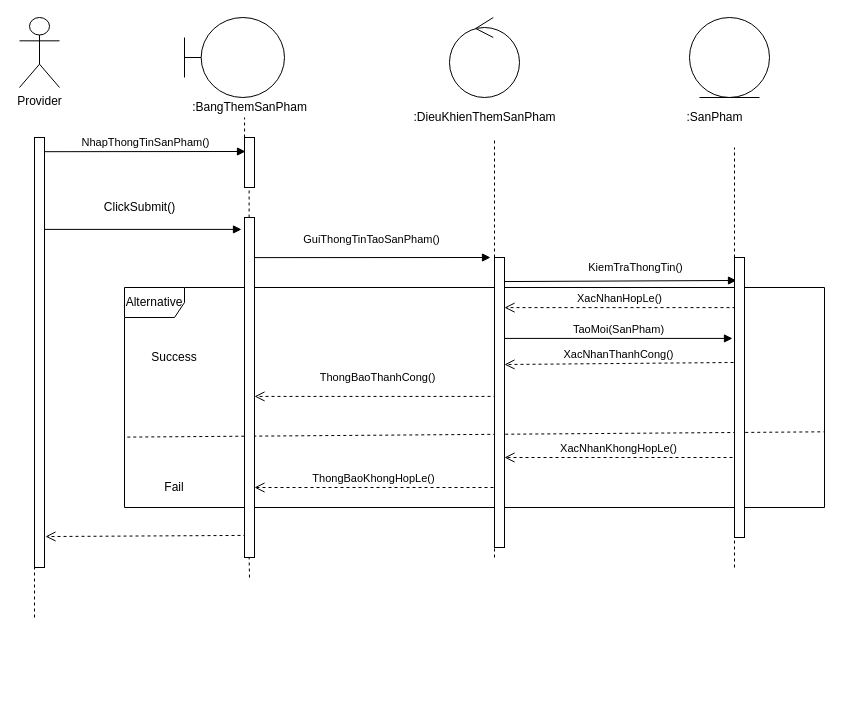
The draw.io diagram Sequence/ThemSanPhamSequence.drawio in hoangminh15/PTTKHT, before the edit. Source tidied: cells renumbered, new cells numbered last; positions are measured from the earlier drawing's top-left corner, leaving out a move shared by most shapes. Both pictures are drawn from the tidied source at 100%, with x=0, y=0 at pixel (19, 17).
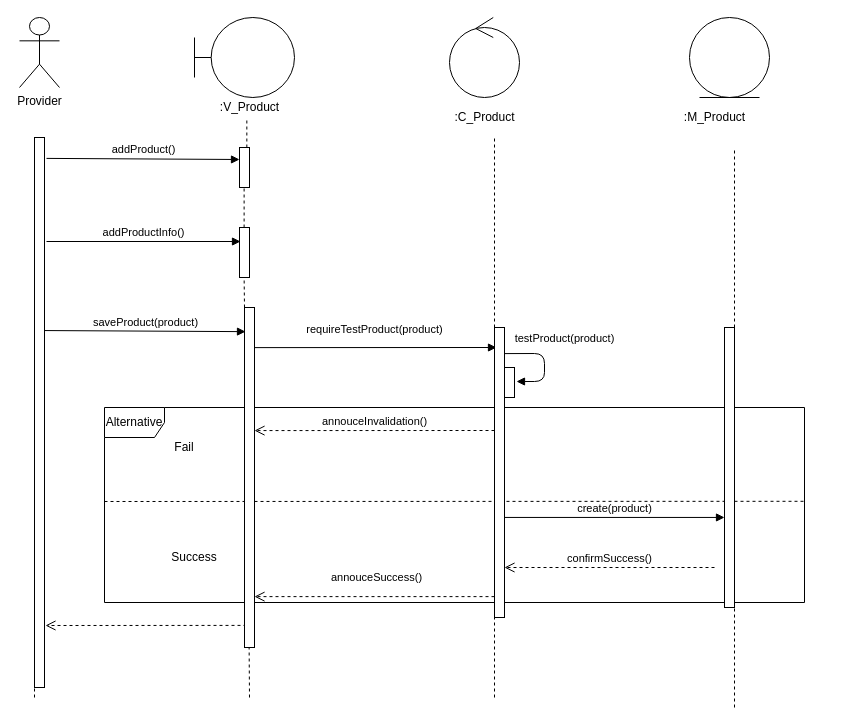
The same page after the edit.

Change to the diagram source:
```diff
@@
-    <mxCell id="2" value="NhapThongTinSanPham()" style="html=1;verticalAlign=bottom;endArrow=block;exitX=1;exitY=0.033;exitDx=0;exitDy=0;exitPerimeter=0;entryX=0.1;entryY=0.28;entryDx=0;entryDy=0;entryPerimeter=0;" parent="1" edge="1" source="21" target="26">
-      <mxGeometry relative="1" as="geometry" />
+    <mxCell id="2" value="addProductInfo()" style="html=1;verticalAlign=bottom;endArrow=block;entryX=0.1;entryY=0.28;entryDx=0;entryDy=0;entryPerimeter=0;" parent="1" edge="1" target="26">
+      <mxGeometry relative="1" as="geometry">
+        <mxPoint x="27" y="224" as="sourcePoint" />
+      </mxGeometry>
     </mxCell>
-    <mxCell id="3" style="html=1;verticalAlign=bottom;endArrow=block;entryX=-0.3;entryY=0.035;entryDx=0;entryDy=0;entryPerimeter=0;" parent="1" edge="1" source="21" target="28">
-      <mxGeometry x="-0.01" y="15" relative="1" as="geometry" />
-    </mxCell>
-    <mxCell id="4" value="ClickSubmit()" style="text;html=1;align=center;verticalAlign=middle;" parent="1" vertex="1">
-      <mxGeometry x="75" y="180" width="90" height="20" as="geometry" />
-    </mxCell>
-    <mxCell id="5" value="GuiThongTinTaoSanPham()" style="html=1;verticalAlign=bottom;endArrow=block;exitX=1;exitY=0.118;exitDx=0;exitDy=0;exitPerimeter=0;" parent="1" edge="1" source="28">
-      <mxGeometry x="-0.01" y="9" relative="1" as="geometry">
-        <mxPoint x="471" y="240" as="targetPoint" />
-      </mxGeometry>
+    <mxCell id="5" value="requireTestProduct(product)" style="html=1;verticalAlign=bottom;endArrow=block;exitX=1;exitY=0.118;exitDx=0;exitDy=0;exitPerimeter=0;entryX=0.2;entryY=0.069;entryDx=0;entryDy=0;entryPerimeter=0;" parent="1" edge="1" source="28" target="32">
+      <mxGeometry x="-0.01" y="9" relative="1" as="geometry" />
     </mxCell>
-    <mxCell id="6" value="KiemTraThongTin()" style="html=1;verticalAlign=bottom;endArrow=block;exitX=1;exitY=0.083;exitDx=0;exitDy=0;exitPerimeter=0;entryX=0.2;entryY=0.082;entryDx=0;entryDy=0;entryPerimeter=0;" parent="1" edge="1" source="32" target="35">
-      <mxGeometry x="0.13" y="4" relative="1" as="geometry" />
-    </mxCell>
-    <mxCell id="7" value="XacNhanHopLe()" style="html=1;verticalAlign=bottom;endArrow=open;dashed=1;endSize=8;exitX=0.1;exitY=0.179;exitDx=0;exitDy=0;exitPerimeter=0;" parent="1" edge="1" source="35" target="32">
-      <mxGeometry relative="1" as="geometry" />
-    </mxCell>
-    <mxCell id="8" value="TaoMoi(SanPham)" style="html=1;verticalAlign=bottom;endArrow=block;entryX=-0.2;entryY=0.289;entryDx=0;entryDy=0;entryPerimeter=0;" parent="1" edge="1" source="32" target="35">
+    <mxCell id="8" value="create(product)" style="html=1;verticalAlign=bottom;endArrow=block;exitX=1;exitY=0.655;exitDx=0;exitDy=0;exitPerimeter=0;" parent="1" edge="1" source="32" target="35">
       <mxGeometry relative="1" as="geometry" />
     </mxCell>
-    <mxCell id="9" value=":SanPham" style="text;html=1;align=center;verticalAlign=middle;" parent="1" vertex="1">
+    <mxCell id="9" value=":M_Product" style="text;html=1;align=center;verticalAlign=middle;" parent="1" vertex="1">
       <mxGeometry x="660" y="90" width="70" height="20" as="geometry" />
     </mxCell>
-    <mxCell id="10" value="ThongBaoThanhCong()" style="html=1;verticalAlign=bottom;endArrow=open;dashed=1;endSize=8;exitX=0.2;exitY=0.479;exitDx=0;exitDy=0;exitPerimeter=0;" parent="1" edge="1" source="32" target="28">
+    <mxCell id="10" value="annouceSuccess()" style="html=1;verticalAlign=bottom;endArrow=open;dashed=1;endSize=8;exitX=0;exitY=0.928;exitDx=0;exitDy=0;exitPerimeter=0;" parent="1" edge="1" source="32" target="28">
       <mxGeometry x="-0.02" y="-10" relative="1" as="geometry" />
     </mxCell>
-    <mxCell id="11" value=":BangThemSanPham" style="text;html=1;align=center;verticalAlign=middle;points=[];" parent="1" vertex="1">
-      <mxGeometry x="165" y="80" width="130" height="20" as="geometry" />
+    <mxCell id="11" value=":V_Product" style="text;html=1;align=center;verticalAlign=middle;points=[];" parent="1" vertex="1">
+      <mxGeometry x="195" y="80" width="70" height="20" as="geometry" />
     </mxCell>
-    <mxCell id="12" value="XacNhanKhongHopLe()" style="html=1;verticalAlign=bottom;endArrow=open;dashed=1;endSize=8;" parent="1" edge="1" target="32">
-      <mxGeometry relative="1" as="geometry">
-        <mxPoint x="713" y="440" as="sourcePoint" />
-      </mxGeometry>
-    </mxCell>
-    <mxCell id="13" value="ThongBaoKhongHopLe()" style="html=1;verticalAlign=bottom;endArrow=open;dashed=1;endSize=8;" parent="1" edge="1" target="28">
+    <mxCell id="13" value="annouceInvalidation()" style="html=1;verticalAlign=bottom;endArrow=open;dashed=1;endSize=8;entryX=1;entryY=0.362;entryDx=0;entryDy=0;entryPerimeter=0;" parent="1" edge="1" target="28">
       <mxGeometry relative="1" as="geometry">
-        <mxPoint x="474" y="470" as="sourcePoint" />
+        <mxPoint x="475" y="413" as="sourcePoint" />
       </mxGeometry>
     </mxCell>
-    <mxCell id="14" style="html=1;verticalAlign=bottom;endArrow=open;dashed=1;endSize=8;entryX=1.1;entryY=0.928;entryDx=0;entryDy=0;entryPerimeter=0;exitX=0.2;exitY=0.935;exitDx=0;exitDy=0;exitPerimeter=0;" parent="1" edge="1" source="28" target="21">
-      <mxGeometry relative="1" as="geometry" />
+    <mxCell id="14" style="html=1;verticalAlign=bottom;endArrow=open;dashed=1;endSize=8;exitX=0.2;exitY=0.935;exitDx=0;exitDy=0;exitPerimeter=0;" parent="1" edge="1" source="28">
+      <mxGeometry relative="1" as="geometry">
+        <mxPoint x="26" y="608" as="targetPoint" />
+      </mxGeometry>
     </mxCell>
     <mxCell id="15" value="Success" style="text;html=1;strokeColor=none;fillColor=none;align=center;verticalAlign=middle;whiteSpace=wrap;rounded=0;" parent="1" vertex="1">
-      <mxGeometry x="135" y="330" width="40" height="20" as="geometry" />
+      <mxGeometry x="155" y="530" width="40" height="20" as="geometry" />
     </mxCell>
     <mxCell id="16" value="Fail" style="text;html=1;strokeColor=none;fillColor=none;align=center;verticalAlign=middle;whiteSpace=wrap;rounded=0;" parent="1" vertex="1">
-      <mxGeometry x="135" y="460" width="40" height="20" as="geometry" />
+      <mxGeometry x="145" y="420" width="40" height="20" as="geometry" />
     </mxCell>
     <mxCell id="17" value="Alternative" style="shape=umlFrame;whiteSpace=wrap;html=1;" parent="1" vertex="1">
-      <mxGeometry x="105" y="270" width="700" height="220" as="geometry" />
+      <mxGeometry x="85" y="390" width="700" height="195" as="geometry" />
     </mxCell>
-    <mxCell id="18" style="endArrow=none;dashed=1;html=1;exitX=0.004;exitY=0.68;exitDx=0;exitDy=0;exitPerimeter=0;entryX=0.999;entryY=0.656;entryDx=0;entryDy=0;entryPerimeter=0;" parent="1" edge="1" source="17" target="17">
-      <mxGeometry relative="1" as="geometry" />
+    <mxCell id="18" style="endArrow=none;dashed=1;html=1;entryX=1;entryY=0.481;entryDx=0;entryDy=0;entryPerimeter=0;" parent="1" edge="1" target="17">
+      <mxGeometry relative="1" as="geometry">
+        <mxPoint x="85" y="484" as="sourcePoint" />
+      </mxGeometry>
     </mxCell>
@@
     <mxCell id="20" style="endArrow=none;dashed=1;html=1;" parent="1" edge="1" target="21">
       <mxGeometry relative="1" as="geometry">
-        <mxPoint x="15" y="600" as="sourcePoint" />
+        <mxPoint x="15" y="680" as="sourcePoint" />
       </mxGeometry>
     </mxCell>
     <mxCell id="21" style="html=1;points=[];perimeter=orthogonalPerimeter;" parent="1" vertex="1">
-      <mxGeometry x="15" y="120" width="10" height="430" as="geometry" />
+      <mxGeometry x="15" y="120" width="10" height="550" as="geometry" />
     </mxCell>
     <mxCell id="22" style="shape=umlBoundary;whiteSpace=wrap;html=1;" parent="1" vertex="1">
-      <mxGeometry x="165" width="100" height="80" as="geometry" />
+      <mxGeometry x="175" width="100" height="80" as="geometry" />
     </mxCell>
@@
-    <mxCell id="25" style="endArrow=none;dashed=1;html=1;entryX=0.462;entryY=1;entryDx=0;entryDy=0;entryPerimeter=0;" parent="1" edge="1" source="26" target="11">
+    <mxCell id="25" style="endArrow=none;dashed=1;html=1;entryX=0.462;entryY=1;entryDx=0;entryDy=0;entryPerimeter=0;" parent="1" edge="1" source="38" target="11">
       <mxGeometry relative="1" as="geometry" />
     </mxCell>
     <mxCell id="26" style="html=1;points=[];perimeter=orthogonalPerimeter;" parent="1" vertex="1">
-      <mxGeometry x="225" y="120" width="10" height="50" as="geometry" />
+      <mxGeometry x="220" y="210" width="10" height="50" as="geometry" />
     </mxCell>
@@
     <mxCell id="28" style="html=1;points=[];perimeter=orthogonalPerimeter;" parent="1" vertex="1">
-      <mxGeometry x="225" y="200" width="10" height="340" as="geometry" />
+      <mxGeometry x="225" y="290" width="10" height="340" as="geometry" />
     </mxCell>
     <mxCell id="29" style="endArrow=none;dashed=1;html=1;entryX=0.462;entryY=1;entryDx=0;entryDy=0;entryPerimeter=0;" parent="1" edge="1" target="28">
       <mxGeometry relative="1" as="geometry">
-        <mxPoint x="230" y="560" as="sourcePoint" />
+        <mxPoint x="230" y="680" as="sourcePoint" />
       </mxGeometry>
     </mxCell>
-    <mxCell id="30" value=":DieuKhienThemSanPham" style="text;html=1;align=center;verticalAlign=middle;" parent="1" vertex="1">
-      <mxGeometry x="390" y="90" width="150" height="20" as="geometry" />
+    <mxCell id="30" value=":C_Product" style="text;html=1;align=center;verticalAlign=middle;" parent="1" vertex="1">
+      <mxGeometry x="430" y="90" width="70" height="20" as="geometry" />
     </mxCell>
@@
     <mxCell id="32" style="html=1;points=[];perimeter=orthogonalPerimeter;" parent="1" vertex="1">
-      <mxGeometry x="475" y="240" width="10" height="290" as="geometry" />
+      <mxGeometry x="475" y="310" width="10" height="290" as="geometry" />
     </mxCell>
     <mxCell id="33" style="endArrow=none;dashed=1;html=1;" parent="1" edge="1" target="32">
       <mxGeometry relative="1" as="geometry">
-        <mxPoint x="475" y="540" as="sourcePoint" />
+        <mxPoint x="475" y="680" as="sourcePoint" />
       </mxGeometry>
     </mxCell>
@@
     <mxCell id="35" style="html=1;points=[];perimeter=orthogonalPerimeter;" parent="1" vertex="1">
-      <mxGeometry x="715" y="240" width="10" height="280" as="geometry" />
+      <mxGeometry x="705" y="310" width="10" height="280" as="geometry" />
     </mxCell>
     <mxCell id="36" style="endArrow=none;dashed=1;html=1;" parent="1" edge="1" target="35">
       <mxGeometry relative="1" as="geometry">
-        <mxPoint x="715" y="550" as="sourcePoint" />
+        <mxPoint x="715" y="690" as="sourcePoint" />
       </mxGeometry>
     </mxCell>
-    <mxCell id="37" value="XacNhanThanhCong()" style="html=1;verticalAlign=bottom;endArrow=open;dashed=1;endSize=8;exitX=-0.1;exitY=0.375;exitDx=0;exitDy=0;exitPerimeter=0;entryX=1;entryY=0.369;entryDx=0;entryDy=0;entryPerimeter=0;" parent="1" edge="1" source="35" target="32">
-      <mxGeometry relative="1" as="geometry" />
+    <mxCell id="37" value="confirmSuccess()" style="html=1;verticalAlign=bottom;endArrow=open;dashed=1;endSize=8;" parent="1" edge="1" target="32">
+      <mxGeometry relative="1" as="geometry">
+        <mxPoint x="695" y="550" as="sourcePoint" />
+      </mxGeometry>
     </mxCell>
+    <mxCell id="38" style="html=1;points=[];perimeter=orthogonalPerimeter;" parent="1" vertex="1">
+      <mxGeometry x="220" y="130" width="10" height="40" as="geometry" />
+    </mxCell>
+    <mxCell id="39" style="endArrow=none;dashed=1;html=1;entryX=0.462;entryY=1;entryDx=0;entryDy=0;entryPerimeter=0;" parent="1" edge="1" source="26" target="38">
+      <mxGeometry relative="1" as="geometry" />
+    </mxCell>
+    <mxCell id="40" value="addProduct()" style="html=1;verticalAlign=bottom;endArrow=block;exitX=1.2;exitY=0.038;exitDx=0;exitDy=0;exitPerimeter=0;entryX=0;entryY=0.3;entryDx=0;entryDy=0;entryPerimeter=0;" parent="1" edge="1" source="21" target="38">
+      <mxGeometry relative="1" as="geometry" />
+    </mxCell>
+    <mxCell id="3" value="saveProduct(product)" style="html=1;verticalAlign=bottom;endArrow=block;exitX=1;exitY=0.351;exitDx=0;exitDy=0;exitPerimeter=0;entryX=0.1;entryY=0.071;entryDx=0;entryDy=0;entryPerimeter=0;" parent="1" edge="1" source="21" target="28">
+      <mxGeometry relative="1" as="geometry" />
+    </mxCell>
+    <mxCell id="41" style="html=1;points=[];perimeter=orthogonalPerimeter;" parent="1" vertex="1">
+      <mxGeometry x="485" y="350" width="10" height="30" as="geometry" />
+    </mxCell>
+    <mxCell id="42" value="testProduct(product)" style="html=1;verticalAlign=bottom;endArrow=block;exitX=1;exitY=0.09;exitDx=0;exitDy=0;exitPerimeter=0;entryX=1.2;entryY=0.467;entryDx=0;entryDy=0;entryPerimeter=0;" parent="1" edge="1" source="32" target="41">
+      <mxGeometry x="-0.17" y="21" relative="1" as="geometry">
+        <Array as="points">
+          <mxPoint x="525" y="336" />
+          <mxPoint x="525" y="364" />
+        </Array>
+        <mxPoint x="-1" y="-6" as="offset" />
+      </mxGeometry>
+    </mxCell>
```
